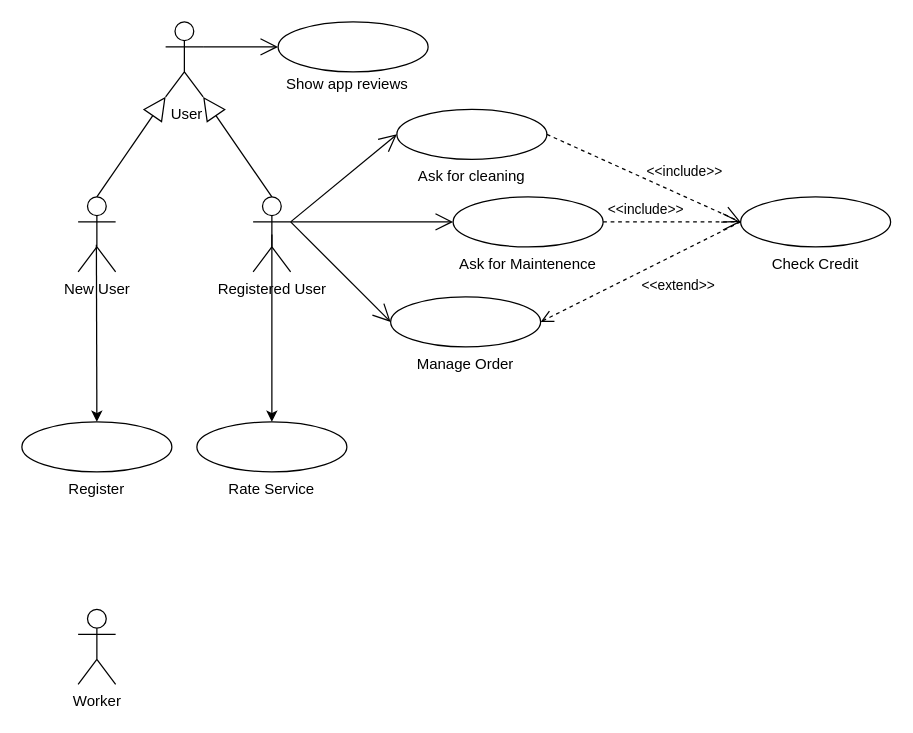
adhamfayrouzamf/drawio keeps this draw.io diagram as page "case diagram" (1 of 6) of saad project team 1.drawio. Above is the earlier version. Source tidied: cells renumbered, new cells numbered last; positions are measured from the earlier drawing's top-left corner, leaving out a move shared by most shapes. Both pictures are drawn from the tidied source at 125%, with x=0, y=0 at pixel (21, 21).
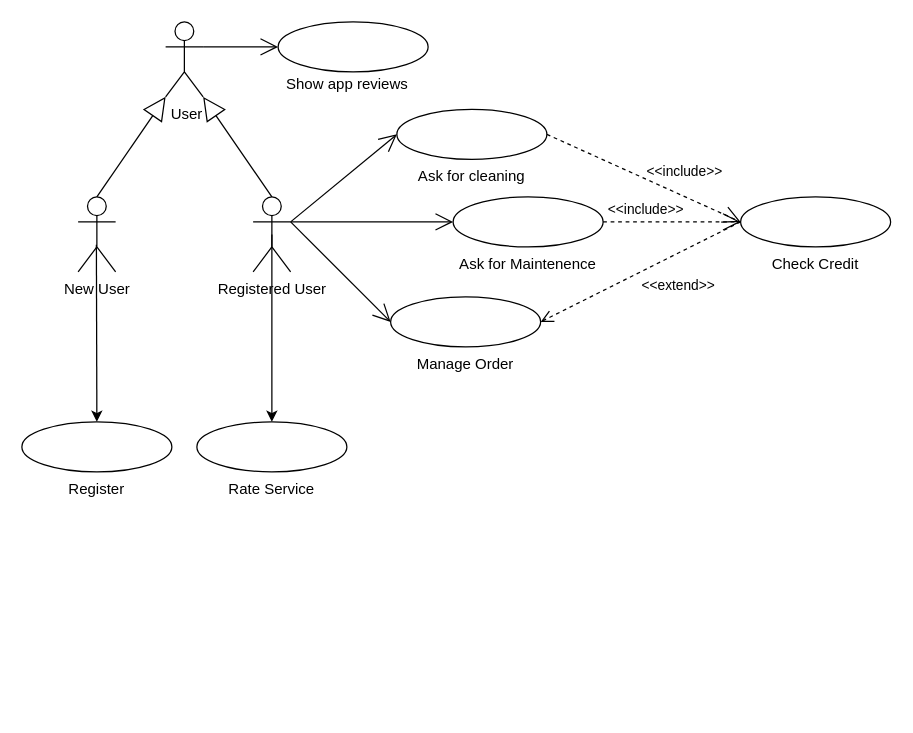
After the change.

Diff of the diagram source:
```diff
@@
-    <mxCell id="24" value="Worker" style="shape=umlActor;verticalLabelPosition=bottom;verticalAlign=top;html=1;" parent="1" vertex="1">
-      <mxGeometry x="45" y="470" width="30" height="60" as="geometry" />
-    </mxCell>
```
